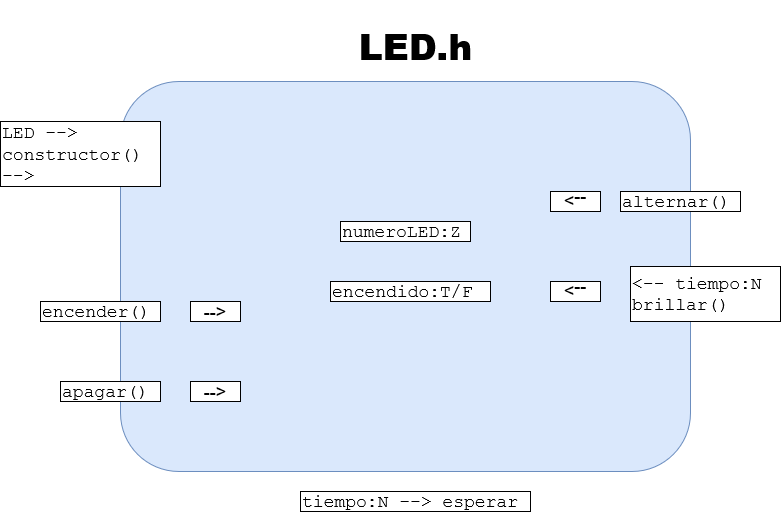
The draw.io diagram docs/arquitectura_inversa/arduino/led.png in leire07/Sprint0Arduino, before a commit. Source tidied: cells renumbered, new cells last; positions are measured from the earlier drawing's top-left corner, leaving out a move shared by most shapes.
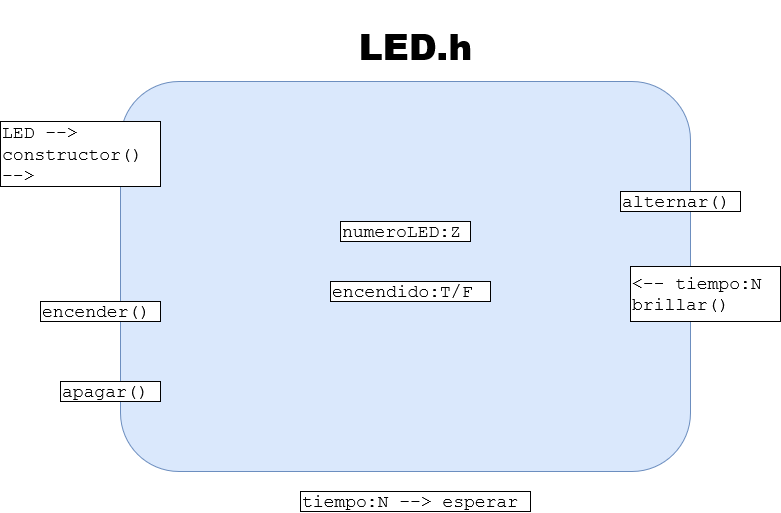
After the commit.

Change to the diagram source:
```diff
@@ -32,17 +32,5 @@
     <mxCell id="11" value="&lt;div&gt;&lt;font style=&quot;font-size: 18px&quot;&gt;&amp;lt;-- tiempo:N&lt;/font&gt;&lt;/div&gt;&lt;div&gt;&lt;font style=&quot;font-size: 18px&quot;&gt; brillar()&lt;br&gt;&lt;/font&gt;&lt;/div&gt;" style="rounded=0;whiteSpace=wrap;html=1;fontFamily=Courier New;align=left;" parent="1" vertex="1">
       <mxGeometry x="630" y="255" width="150" height="55" as="geometry" />
     </mxCell>
-    <mxCell id="12" value="&lt;font style=&quot;font-size: 18px&quot;&gt;--&amp;gt;&lt;/font&gt;" style="rounded=0;whiteSpace=wrap;html=1;" parent="1" vertex="1">
-      <mxGeometry x="190" y="290" width="50" height="20" as="geometry" />
-    </mxCell>
-    <mxCell id="13" value="&lt;font style=&quot;font-size: 18px&quot;&gt;--&amp;gt;&lt;/font&gt;" style="rounded=0;whiteSpace=wrap;html=1;" parent="1" vertex="1">
-      <mxGeometry x="190" y="370" width="50" height="20" as="geometry" />
-    </mxCell>
-    <mxCell id="14" value="&lt;font style=&quot;font-size: 18px&quot;&gt;--&amp;gt;&lt;/font&gt;" style="rounded=0;whiteSpace=wrap;html=1;rotation=-180;" parent="1" vertex="1">
-      <mxGeometry x="550" y="180" width="50" height="20" as="geometry" />
-    </mxCell>
-    <mxCell id="15" value="&lt;font style=&quot;font-size: 18px&quot;&gt;--&amp;gt;&lt;/font&gt;" style="rounded=0;whiteSpace=wrap;html=1;rotation=-180;" parent="1" vertex="1">
-      <mxGeometry x="550" y="270" width="50" height="20" as="geometry" />
-    </mxCell>
   </root>
 </mxGraphModel>
```
